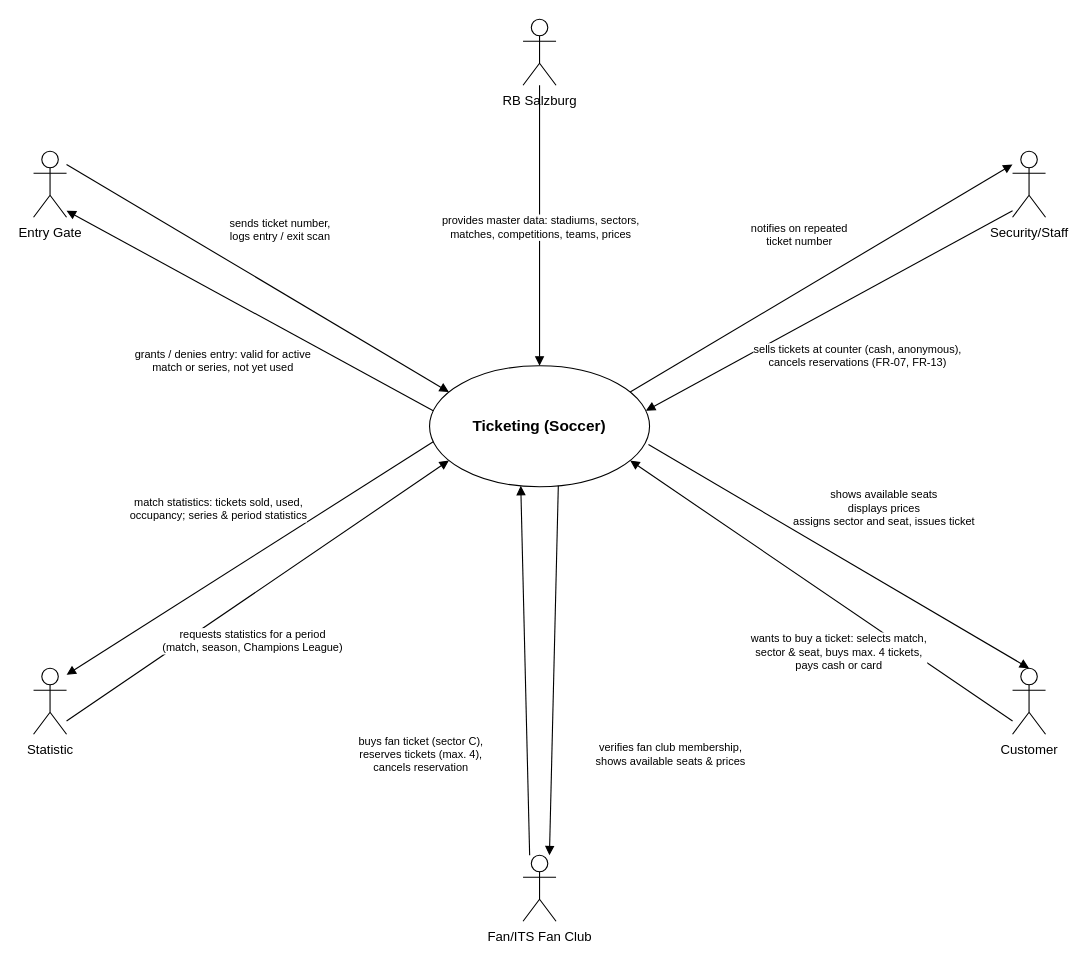
The draw.io diagram SWD/Soccer.drawio in LuxAlexander/Laboruebungen, before the edit. Source tidied: cells renumbered, new cells numbered last; positions are measured from the earlier drawing's top-left corner, leaving out a move shared by most shapes. Both pictures are drawn from the tidied source at 110%, with x=0, y=0 at pixel (33, 19).
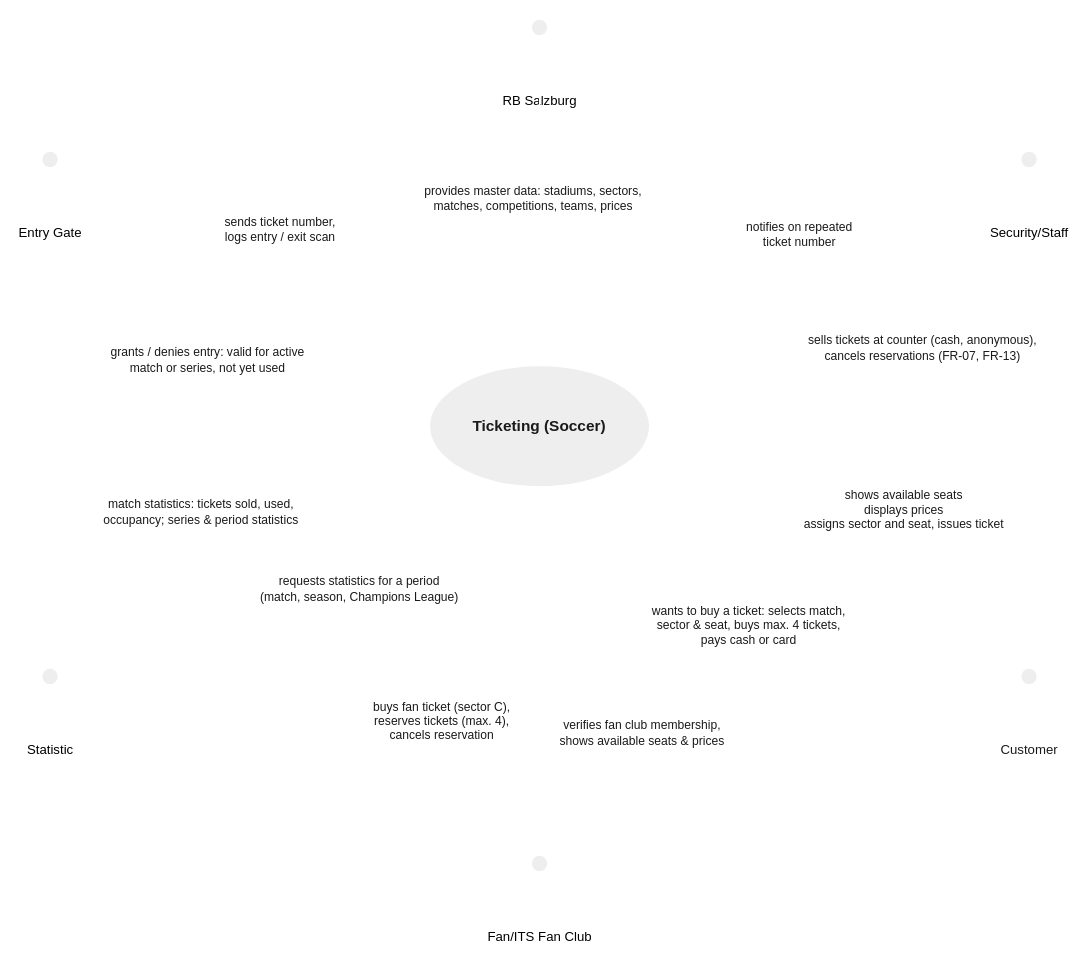
The same diagram, later.

Change to the diagram source:
```diff
@@
-<mxGraphModel>
+<mxGraphModel background="light-dark(#FFFFFF,#FFFFFF)">
@@
-    <mxCell id="2" value="Ticketing (Soccer)" style="ellipse;whiteSpace=wrap;html=1;fontStyle=1;fontSize=14;" parent="1" vertex="1">
+    <mxCell id="2" value="Ticketing (Soccer)" style="ellipse;whiteSpace=wrap;html=1;fontStyle=1;fontSize=14;labelBackgroundColor=none;fillColor=#EEEEEE;strokeColor=#FFFFFF;fontColor=#1A1A1A;" parent="1" vertex="1">
       <mxGeometry x="360" y="315" width="200" height="110" as="geometry" />
     </mxCell>
-    <mxCell id="3" value="&lt;div&gt;RB Salzburg&lt;/div&gt;&lt;div&gt;&lt;br&gt;&lt;/div&gt;" style="shape=umlActor;verticalLabelPosition=bottom;verticalAlign=top;html=1;outlineConnect=0;" parent="1" vertex="1">
+    <mxCell id="3" value="&lt;div&gt;&lt;span style=&quot;color: light-dark(rgb(0, 0, 0), rgb(0, 0, 0));&quot;&gt;RB Salzburg&lt;/span&gt;&lt;/div&gt;&lt;div&gt;&lt;br&gt;&lt;/div&gt;" style="shape=umlActor;verticalLabelPosition=bottom;verticalAlign=top;html=1;outlineConnect=0;labelBackgroundColor=none;fillColor=#EEEEEE;strokeColor=#FFFFFF;fontColor=#1A1A1A;" parent="1" vertex="1">
       <mxGeometry x="445" width="30" height="60" as="geometry" />
     </mxCell>
-    <mxCell id="4" value="&lt;div&gt;Security/Staff&lt;/div&gt;" style="shape=umlActor;verticalLabelPosition=bottom;verticalAlign=top;html=1;outlineConnect=0;" parent="1" vertex="1">
+    <mxCell id="4" value="&lt;div&gt;&lt;font style=&quot;color: light-dark(rgb(0, 0, 0), rgb(0, 0, 0));&quot;&gt;Security/Staff&lt;/font&gt;&lt;/div&gt;" style="shape=umlActor;verticalLabelPosition=bottom;verticalAlign=top;html=1;outlineConnect=0;labelBackgroundColor=none;fillColor=#EEEEEE;strokeColor=#FFFFFF;fontColor=#1A1A1A;fontFamily=Helvetica;fontSize=12;fontStyle=0;align=center;" parent="1" vertex="1">
       <mxGeometry x="890" y="120" width="30" height="60" as="geometry" />
     </mxCell>
-    <mxCell id="5" value="&lt;div&gt;Customer&lt;/div&gt;" style="shape=umlActor;verticalLabelPosition=bottom;verticalAlign=top;html=1;outlineConnect=0;" parent="1" vertex="1">
+    <mxCell id="5" value="&lt;div&gt;&lt;font style=&quot;line-height: 110%; color: light-dark(rgb(26, 26, 26), rgb(0, 0, 0));&quot;&gt;Customer&lt;/font&gt;&lt;/div&gt;" style="shape=umlActor;verticalLabelPosition=bottom;verticalAlign=top;html=1;outlineConnect=0;labelBackgroundColor=none;fillColor=#EEEEEE;strokeColor=#FFFFFF;fontColor=#1A1A1A;fontFamily=Helvetica;fontSize=12;fontStyle=0;align=center;" parent="1" vertex="1">
       <mxGeometry x="890" y="590" width="30" height="60" as="geometry" />
     </mxCell>
-    <mxCell id="6" value="Fan/ITS Fan Club" style="shape=umlActor;verticalLabelPosition=bottom;verticalAlign=top;html=1;outlineConnect=0;" parent="1" vertex="1">
+    <mxCell id="6" value="&lt;span style=&quot;color: light-dark(rgb(0, 0, 0), rgb(0, 0, 0));&quot;&gt;Fan/ITS Fan Club&lt;/span&gt;" style="shape=umlActor;verticalLabelPosition=bottom;verticalAlign=top;html=1;outlineConnect=0;labelBackgroundColor=none;fillColor=#EEEEEE;strokeColor=#FFFFFF;fontColor=#1A1A1A;" parent="1" vertex="1">
       <mxGeometry x="445" y="760" width="30" height="60" as="geometry" />
     </mxCell>
-    <mxCell id="7" value="&lt;div&gt;Statistic&lt;/div&gt;" style="shape=umlActor;verticalLabelPosition=bottom;verticalAlign=top;html=1;outlineConnect=0;" parent="1" vertex="1">
+    <mxCell id="7" value="&lt;div&gt;&lt;span style=&quot;color: light-dark(rgb(0, 0, 0), rgb(0, 0, 0));&quot;&gt;Statistic&lt;/span&gt;&lt;/div&gt;" style="shape=umlActor;verticalLabelPosition=bottom;verticalAlign=top;html=1;outlineConnect=0;labelBackgroundColor=none;fillColor=#EEEEEE;strokeColor=#FFFFFF;fontColor=#1A1A1A;" parent="1" vertex="1">
       <mxGeometry y="590" width="30" height="60" as="geometry" />
     </mxCell>
-    <mxCell id="8" value="&lt;div&gt;Entry Gate&lt;/div&gt;" style="shape=umlActor;verticalLabelPosition=bottom;verticalAlign=top;html=1;outlineConnect=0;" parent="1" vertex="1">
+    <mxCell id="8" value="&lt;div&gt;&lt;span style=&quot;color: light-dark(rgb(0, 0, 0), rgb(0, 0, 0));&quot;&gt;Entry Gate&lt;/span&gt;&lt;/div&gt;" style="shape=umlActor;verticalLabelPosition=bottom;verticalAlign=top;html=1;outlineConnect=0;labelBackgroundColor=none;fillColor=#EEEEEE;strokeColor=#FFFFFF;fontColor=#1A1A1A;" parent="1" vertex="1">
       <mxGeometry y="120" width="30" height="60" as="geometry" />
     </mxCell>
-    <mxCell id="9" style="rounded=0;html=1;endArrow=block;endFill=1;exitX=0.500;exitY=1.000;exitDx=0;exitDy=0;entryX=0.500;entryY=0.000;entryDx=0;entryDy=0;" parent="1" edge="1" source="3" target="2">
+    <mxCell id="9" style="rounded=0;html=1;endArrow=block;endFill=1;exitX=0.500;exitY=1.000;exitDx=0;exitDy=0;entryX=0.500;entryY=0.000;entryDx=0;entryDy=0;labelBackgroundColor=none;strokeColor=#FFFFFF;fontColor=default;" parent="1" edge="1" source="3" target="2">
       <mxGeometry relative="1" as="geometry" />
     </mxCell>
-    <mxCell id="10" value="provides master data: stadiums, sectors,&lt;br&gt;matches, competitions, teams, prices" style="edgeLabel;html=1;align=center;verticalAlign=middle;fontSize=10;labelBackgroundColor=#FFFFFF;" parent="9" vertex="1">
-      <mxGeometry relative="1" as="geometry" />
+    <mxCell id="10" value="provides master data: stadiums, sectors,&lt;br&gt;matches, competitions, teams, prices" style="edgeLabel;html=1;align=center;verticalAlign=middle;fontSize=11;labelBackgroundColor=none;fontColor=light-dark(#1A1A1A,#000000);fontFamily=Helvetica;fontStyle=0;" parent="9" vertex="1">
+      <mxGeometry relative="1" as="geometry">
+        <mxPoint x="-7" y="-26" as="offset" />
+      </mxGeometry>
     </mxCell>
-    <mxCell id="11" style="rounded=0;html=1;endArrow=block;endFill=1;exitX=1.000;exitY=0.200;exitDx=0;exitDy=0;entryX=0.090;entryY=0.213;entryDx=0;entryDy=0;" parent="1" edge="1" source="8" target="2">
+    <mxCell id="11" style="rounded=0;html=1;endArrow=block;endFill=1;exitX=1.000;exitY=0.200;exitDx=0;exitDy=0;entryX=0.090;entryY=0.213;entryDx=0;entryDy=0;labelBackgroundColor=none;strokeColor=#FFFFFF;fontColor=default;" parent="1" edge="1" source="8" target="2">
       <mxGeometry relative="1" as="geometry" />
     </mxCell>
-    <mxCell id="12" value="sends ticket number,&lt;br&gt;logs entry / exit scan" style="edgeLabel;html=1;align=center;verticalAlign=middle;fontSize=10;labelBackgroundColor=#FFFFFF;" parent="11" vertex="1">
+    <mxCell id="12" value="sends ticket number,&lt;br&gt;logs entry / exit scan" style="edgeLabel;html=1;align=center;verticalAlign=middle;fontSize=11;labelBackgroundColor=none;fontColor=light-dark(#1A1A1A,#000000);fontFamily=Helvetica;fontStyle=0;" parent="11" vertex="1">
       <mxGeometry relative="1" as="geometry">
         <mxPoint x="20" y="-45" as="offset" />
       </mxGeometry>
     </mxCell>
-    <mxCell id="13" style="rounded=0;html=1;endArrow=block;endFill=1;exitX=0.017;exitY=0.371;exitDx=0;exitDy=0;entryX=1.000;entryY=0.900;entryDx=0;entryDy=0;" parent="1" edge="1" source="2" target="8">
+    <mxCell id="13" style="rounded=0;html=1;endArrow=block;endFill=1;exitX=0.017;exitY=0.371;exitDx=0;exitDy=0;entryX=1.000;entryY=0.900;entryDx=0;entryDy=0;labelBackgroundColor=none;strokeColor=#FFFFFF;fontColor=default;" parent="1" edge="1" source="2" target="8">
       <mxGeometry relative="1" as="geometry" />
     </mxCell>
-    <mxCell id="14" value="grants / denies entry: valid for active&lt;br&gt;match or series, not yet used" style="edgeLabel;html=1;align=center;verticalAlign=middle;fontSize=10;labelBackgroundColor=#FFFFFF;" parent="13" vertex="1">
+    <mxCell id="14" value="grants / denies entry: valid for active&lt;br&gt;match or series, not yet used" style="edgeLabel;html=1;align=center;verticalAlign=middle;fontSize=11;labelBackgroundColor=none;fontColor=light-dark(#1A1A1A,#000000);fontFamily=Helvetica;fontStyle=0;" parent="13" vertex="1">
       <mxGeometry relative="1" as="geometry">
-        <mxPoint x="-25" y="45" as="offset" />
+        <mxPoint x="-39" y="45" as="offset" />
       </mxGeometry>
     </mxCell>
-    <mxCell id="15" style="rounded=0;html=1;endArrow=block;endFill=1;exitX=0.910;exitY=0.213;exitDx=0;exitDy=0;entryX=0.000;entryY=0.200;entryDx=0;entryDy=0;" parent="1" edge="1" source="2" target="4">
+    <mxCell id="15" style="rounded=0;html=1;endArrow=block;endFill=1;exitX=0.910;exitY=0.213;exitDx=0;exitDy=0;entryX=0.000;entryY=0.200;entryDx=0;entryDy=0;labelBackgroundColor=none;strokeColor=#FFFFFF;fontColor=default;" parent="1" edge="1" source="2" target="4">
       <mxGeometry relative="1" as="geometry" />
     </mxCell>
-    <mxCell id="16" value="notifies on repeated&lt;br&gt;ticket number" style="edgeLabel;html=1;align=center;verticalAlign=middle;fontSize=10;labelBackgroundColor=#FFFFFF;" parent="15" vertex="1">
+    <mxCell id="16" value="notifies on repeated&lt;br&gt;ticket number" style="edgeLabel;html=1;align=center;verticalAlign=middle;fontSize=11;labelBackgroundColor=none;fontColor=light-dark(#1A1A1A,#000000);fontFamily=Helvetica;fontStyle=0;" parent="15" vertex="1">
       <mxGeometry relative="1" as="geometry">
         <mxPoint x="-20" y="-40" as="offset" />
       </mxGeometry>
     </mxCell>
-    <mxCell id="17" style="rounded=0;html=1;endArrow=block;endFill=1;exitX=0.000;exitY=0.900;exitDx=0;exitDy=0;entryX=0.983;entryY=0.371;entryDx=0;entryDy=0;" parent="1" edge="1" source="4" target="2">
+    <mxCell id="17" style="rounded=0;html=1;endArrow=block;endFill=1;exitX=0.000;exitY=0.900;exitDx=0;exitDy=0;entryX=0.983;entryY=0.371;entryDx=0;entryDy=0;labelBackgroundColor=none;strokeColor=#FFFFFF;fontColor=default;" parent="1" edge="1" source="4" target="2">
       <mxGeometry relative="1" as="geometry" />
     </mxCell>
-    <mxCell id="18" value="sells tickets at counter (cash, anonymous),&lt;br&gt;cancels reservations (FR-07, FR-13)" style="edgeLabel;html=1;align=center;verticalAlign=middle;fontSize=10;labelBackgroundColor=#FFFFFF;" parent="17" vertex="1">
+    <mxCell id="18" value="sells tickets at counter (cash, anonymous),&lt;br&gt;cancels reservations (FR-07, FR-13)" style="edgeLabel;html=1;align=center;verticalAlign=middle;fontSize=11;labelBackgroundColor=none;fontColor=light-dark(#1A1A1A,#000000);fontFamily=Helvetica;fontStyle=0;" parent="17" vertex="1">
       <mxGeometry relative="1" as="geometry">
-        <mxPoint x="25" y="40" as="offset" />
+        <mxPoint x="84" y="33" as="offset" />
       </mxGeometry>
     </mxCell>
-    <mxCell id="19" style="rounded=0;html=1;endArrow=block;endFill=1;exitX=0.017;exitY=0.629;exitDx=0;exitDy=0;entryX=1.000;entryY=0.100;entryDx=0;entryDy=0;" parent="1" edge="1" source="2" target="7">
+    <mxCell id="19" style="rounded=0;html=1;endArrow=block;endFill=1;exitX=0.017;exitY=0.629;exitDx=0;exitDy=0;entryX=1.000;entryY=0.100;entryDx=0;entryDy=0;labelBackgroundColor=none;strokeColor=#FFFFFF;fontColor=default;" parent="1" edge="1" source="2" target="7">
       <mxGeometry relative="1" as="geometry" />
     </mxCell>
-    <mxCell id="20" value="match statistics: tickets sold, used,&lt;br&gt;occupancy; series &amp;amp; period statistics" style="edgeLabel;html=1;align=center;verticalAlign=middle;fontSize=10;labelBackgroundColor=#FFFFFF;" parent="19" vertex="1">
+    <mxCell id="20" value="match statistics: tickets sold, used,&lt;br&gt;occupancy; series &amp;amp; period statistics" style="edgeLabel;html=1;align=center;verticalAlign=middle;fontSize=11;labelBackgroundColor=none;fontColor=light-dark(#1A1A1A,#000000);fontFamily=Helvetica;fontStyle=0;rotation=0;" parent="19" vertex="1">
       <mxGeometry relative="1" as="geometry">
-        <mxPoint x="-30" y="-45" as="offset" />
+        <mxPoint x="-46" y="-42" as="offset" />
       </mxGeometry>
     </mxCell>
-    <mxCell id="21" style="rounded=0;html=1;endArrow=block;endFill=1;exitX=1.000;exitY=0.800;exitDx=0;exitDy=0;entryX=0.090;entryY=0.787;entryDx=0;entryDy=0;" parent="1" edge="1" source="7" target="2">
+    <mxCell id="21" style="rounded=0;html=1;endArrow=block;endFill=1;exitX=1.000;exitY=0.800;exitDx=0;exitDy=0;entryX=0.090;entryY=0.787;entryDx=0;entryDy=0;labelBackgroundColor=none;strokeColor=#FFFFFF;fontColor=default;" parent="1" edge="1" source="7" target="2">
       <mxGeometry relative="1" as="geometry" />
     </mxCell>
-    <mxCell id="22" value="requests statistics for a period&lt;br&gt;(match, season, Champions League)" style="edgeLabel;html=1;align=center;verticalAlign=middle;fontSize=10;labelBackgroundColor=#FFFFFF;" parent="21" vertex="1">
+    <mxCell id="22" value="requests statistics for a period&lt;br&gt;(match, season, Champions League)" style="edgeLabel;html=1;align=center;verticalAlign=middle;fontSize=11;labelBackgroundColor=none;fontColor=light-dark(#1A1A1A,#000000);fontFamily=Helvetica;fontStyle=0;" parent="21" vertex="1">
       <mxGeometry relative="1" as="geometry">
-        <mxPoint x="-5" y="45" as="offset" />
+        <mxPoint x="92" y="-2" as="offset" />
       </mxGeometry>
     </mxCell>
-    <mxCell id="23" style="rounded=0;html=1;endArrow=block;endFill=1;exitX=0.200;exitY=0.000;exitDx=0;exitDy=0;entryX=0.413;entryY=0.992;entryDx=0;entryDy=0;" parent="1" edge="1" source="6" target="2">
+    <mxCell id="23" style="rounded=0;html=1;endArrow=block;endFill=1;exitX=0.200;exitY=0.000;exitDx=0;exitDy=0;entryX=0.413;entryY=0.992;entryDx=0;entryDy=0;labelBackgroundColor=none;strokeColor=#FFFFFF;fontColor=default;" parent="1" edge="1" source="6" target="2">
       <mxGeometry relative="1" as="geometry" />
     </mxCell>
-    <mxCell id="24" value="buys fan ticket (sector C),&lt;br&gt;reserves tickets (max. 4),&lt;br&gt;cancels reservation" style="edgeLabel;html=1;align=center;verticalAlign=middle;fontSize=10;labelBackgroundColor=#FFFFFF;" parent="23" vertex="1">
+    <mxCell id="24" value="buys fan ticket (sector C),&lt;br&gt;reserves tickets (max. 4),&lt;br&gt;cancels reservation" style="edgeLabel;html=1;align=center;verticalAlign=middle;fontSize=11;labelBackgroundColor=none;fontColor=light-dark(#1A1A1A,#000000);fontFamily=Helvetica;fontStyle=0;" parent="23" vertex="1">
       <mxGeometry relative="1" as="geometry">
-        <mxPoint x="-95" y="75" as="offset" />
+        <mxPoint x="-76" y="45" as="offset" />
       </mxGeometry>
     </mxCell>
-    <mxCell id="25" style="rounded=0;html=1;endArrow=block;endFill=1;exitX=0.587;exitY=0.992;exitDx=0;exitDy=0;entryX=0.800;entryY=0.000;entryDx=0;entryDy=0;" parent="1" edge="1" source="2" target="6">
+    <mxCell id="25" style="rounded=0;html=1;endArrow=block;endFill=1;exitX=0.587;exitY=0.992;exitDx=0;exitDy=0;entryX=0.800;entryY=0.000;entryDx=0;entryDy=0;labelBackgroundColor=none;strokeColor=#FFFFFF;fontColor=default;" parent="1" edge="1" source="2" target="6">
       <mxGeometry relative="1" as="geometry" />
     </mxCell>
-    <mxCell id="26" value="verifies fan club membership,&lt;br&gt;shows available seats &amp;amp; prices" style="edgeLabel;html=1;align=center;verticalAlign=middle;fontSize=10;labelBackgroundColor=#FFFFFF;" parent="25" vertex="1">
+    <mxCell id="26" value="verifies fan club membership,&lt;br&gt;shows available seats &amp;amp; prices" style="edgeLabel;html=1;align=center;verticalAlign=middle;fontSize=11;labelBackgroundColor=none;fontColor=light-dark(#1A1A1A,#000000);" parent="25" vertex="1">
       <mxGeometry relative="1" as="geometry">
-        <mxPoint x="105" y="75" as="offset" />
+        <mxPoint x="79" y="56" as="offset" />
       </mxGeometry>
     </mxCell>
-    <mxCell id="27" style="rounded=0;html=1;endArrow=block;endFill=1;exitX=0.000;exitY=0.800;exitDx=0;exitDy=0;entryX=0.910;entryY=0.787;entryDx=0;entryDy=0;" parent="1" edge="1" source="5" target="2">
+    <mxCell id="27" style="rounded=0;html=1;endArrow=block;endFill=1;exitX=0.000;exitY=0.800;exitDx=0;exitDy=0;entryX=0.910;entryY=0.787;entryDx=0;entryDy=0;labelBackgroundColor=none;strokeColor=#FFFFFF;fontColor=default;" parent="1" edge="1" source="5" target="2">
       <mxGeometry relative="1" as="geometry" />
     </mxCell>
-    <mxCell id="28" value="wants to buy a ticket: selects match,&lt;br&gt;sector &amp;amp; seat, buys max. 4 tickets,&lt;br&gt;pays cash or card" style="edgeLabel;html=1;align=center;verticalAlign=middle;fontSize=10;labelBackgroundColor=#FFFFFF;" parent="27" vertex="1">
+    <mxCell id="28" value="wants to buy a ticket: selects match,&lt;br&gt;sector &amp;amp; seat, buys max. 4 tickets,&lt;br&gt;pays cash or card" style="edgeLabel;html=1;align=center;verticalAlign=middle;fontSize=11;labelBackgroundColor=none;fontColor=light-dark(#1A1A1A,#000000);fontFamily=Helvetica;fontStyle=0;" parent="27" vertex="1">
       <mxGeometry relative="1" as="geometry">
-        <mxPoint x="15" y="55" as="offset" />
+        <mxPoint x="-67" y="31" as="offset" />
       </mxGeometry>
     </mxCell>
-    <mxCell id="29" style="rounded=0;html=1;endArrow=block;endFill=1;entryX=0.5;entryY=0;entryDx=0;entryDy=0;entryPerimeter=0;exitX=0.995;exitY=0.651;exitDx=0;exitDy=0;exitPerimeter=0;" parent="1" edge="1" source="2" target="5">
+    <mxCell id="29" style="rounded=0;html=1;endArrow=block;endFill=1;entryX=0.5;entryY=0;entryDx=0;entryDy=0;entryPerimeter=0;exitX=0.995;exitY=0.651;exitDx=0;exitDy=0;exitPerimeter=0;labelBackgroundColor=none;strokeColor=#FFFFFF;fontColor=default;" parent="1" edge="1" source="2" target="5">
       <mxGeometry relative="1" as="geometry" />
     </mxCell>
-    <mxCell id="30" value="shows available seats&lt;br&gt;displays prices&lt;br&gt;assigns sector and seat, issues ticket" style="edgeLabel;html=1;align=center;verticalAlign=middle;fontSize=10;labelBackgroundColor=#FFFFFF;" parent="29" vertex="1">
+    <mxCell id="30" value="shows available seats&lt;br&gt;displays prices&lt;br&gt;assigns sector and seat, issues ticket" style="edgeLabel;html=1;align=center;verticalAlign=middle;fontSize=11;labelBackgroundColor=none;fontColor=light-dark(#1A1A1A,#000000);fontFamily=Helvetica;fontStyle=0;" parent="29" vertex="1">
       <mxGeometry relative="1" as="geometry">
-        <mxPoint x="40" y="-45" as="offset" />
+        <mxPoint x="58" y="-43" as="offset" />
       </mxGeometry>
     </mxCell>
```
